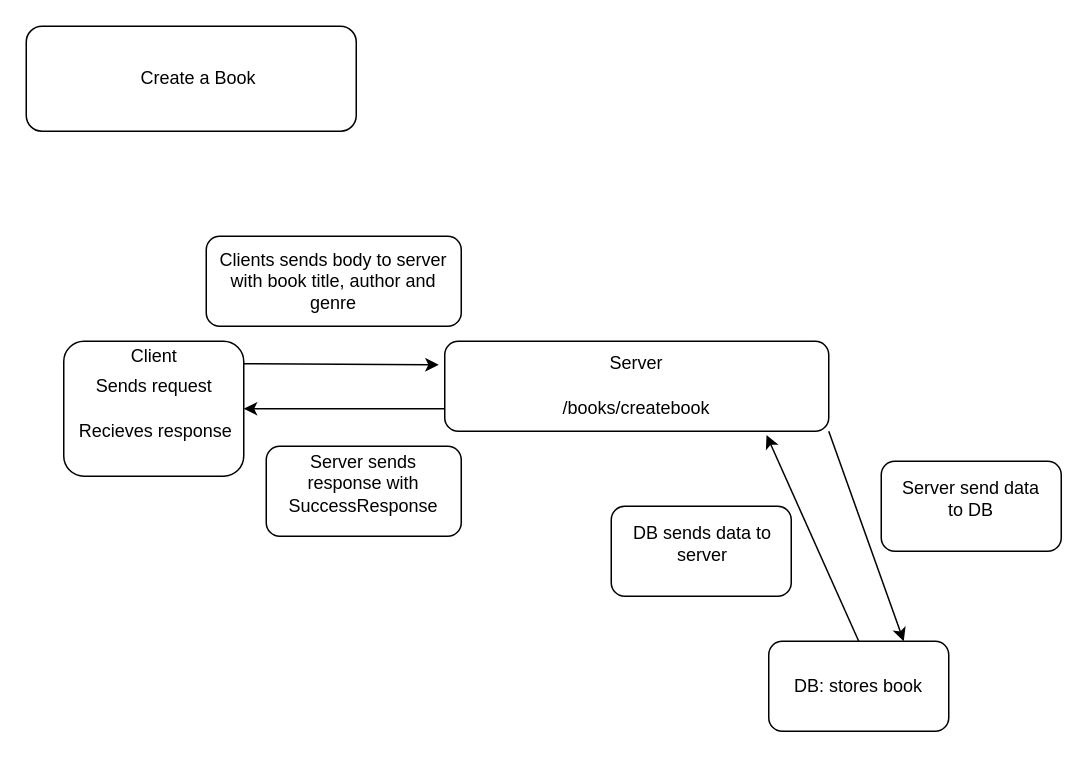
Before: page "create" (1 of 4) of crudbookdesign/diagrams.drawio in mz106/week-7-repo-beta, a draw.io diagram. Source tidied: cells renumbered, new cells numbered last; positions are measured from the earlier drawing's top-left corner, leaving out a move shared by most shapes. Both pictures are drawn from the tidied source at 150%, with x=0, y=0 at pixel (26, 26).
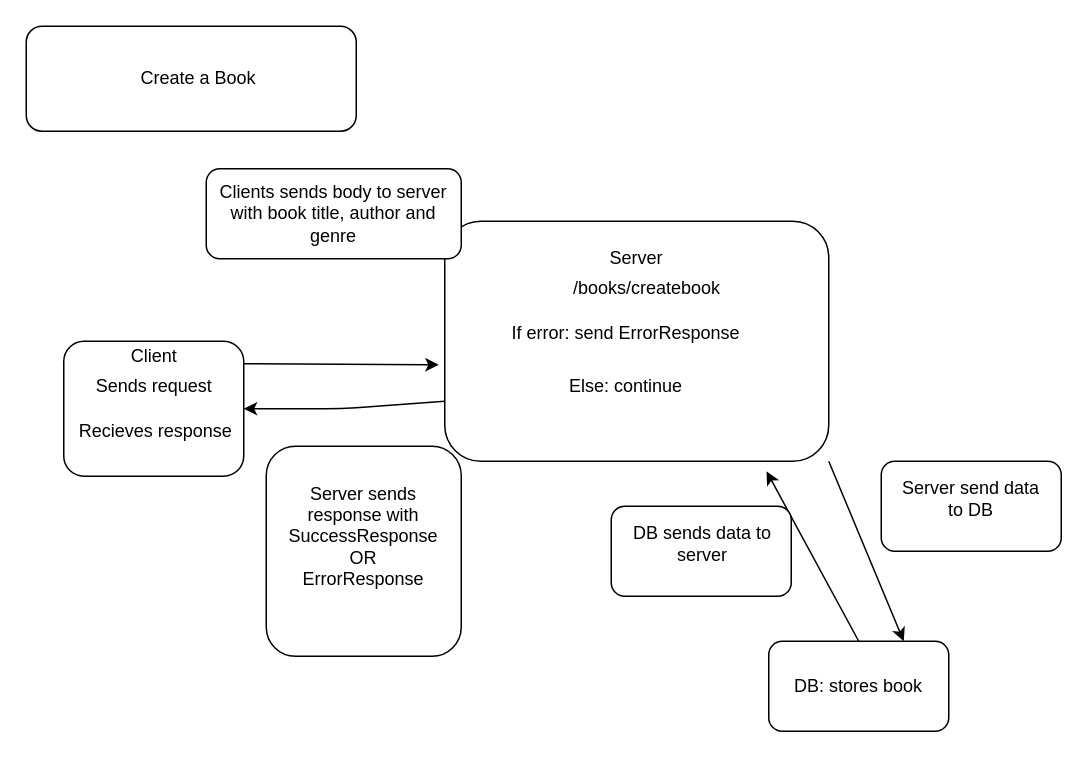
Above is the later version.

Diff of the diagram source:
```diff
@@
     <mxCell id="7" style="edgeStyle=none;html=1;exitX=0;exitY=0.75;exitDx=0;exitDy=0;entryX=1;entryY=0.75;entryDx=0;entryDy=0;" parent="1" edge="1" source="9">
       <mxGeometry relative="1" as="geometry">
         <mxPoint x="145" y="255" as="targetPoint" />
+        <Array as="points">
+          <mxPoint x="210" y="255" />
+        </Array>
       </mxGeometry>
     </mxCell>
@@
     <mxCell id="9" style="rounded=1;whiteSpace=wrap;html=1;" parent="1" vertex="1">
-      <mxGeometry x="279" y="210" width="256" height="60" as="geometry" />
+      <mxGeometry x="279" y="130" width="256" height="160" as="geometry" />
     </mxCell>
     <mxCell id="10" value="/books/createbook" style="text;html=1;strokeColor=none;fillColor=none;align=center;verticalAlign=middle;whiteSpace=wrap;rounded=0;" parent="1" vertex="1">
-      <mxGeometry x="377" y="240" width="60" height="30" as="geometry" />
+      <mxGeometry x="384" y="160" width="60" height="30" as="geometry" />
     </mxCell>
@@
     <mxCell id="15" value="Server" style="text;html=1;strokeColor=none;fillColor=none;align=center;verticalAlign=middle;whiteSpace=wrap;rounded=0;" parent="1" vertex="1">
-      <mxGeometry x="377" y="210" width="60" height="30" as="geometry" />
+      <mxGeometry x="377" y="140" width="60" height="30" as="geometry" />
     </mxCell>
     <mxCell id="16" style="rounded=1;whiteSpace=wrap;html=1;" parent="1" vertex="1">
-      <mxGeometry x="120" y="140" width="170" height="60" as="geometry" />
+      <mxGeometry x="120" y="95" width="170" height="60" as="geometry" />
     </mxCell>
     <mxCell id="17" value="Clients sends body to server with book title, author and genre" style="text;html=1;strokeColor=none;fillColor=none;align=center;verticalAlign=middle;whiteSpace=wrap;rounded=0;" parent="1" vertex="1">
-      <mxGeometry x="125" y="155" width="160" height="30" as="geometry" />
+      <mxGeometry x="125" y="110" width="160" height="30" as="geometry" />
     </mxCell>
     <mxCell id="18" style="rounded=1;whiteSpace=wrap;html=1;" parent="1" vertex="1">
-      <mxGeometry x="160" y="280" width="130" height="60" as="geometry" />
+      <mxGeometry x="160" y="280" width="130" height="140" as="geometry" />
     </mxCell>
-    <mxCell id="19" value="Server sends response with SuccessResponse" style="text;html=1;strokeColor=none;fillColor=none;align=center;verticalAlign=middle;whiteSpace=wrap;rounded=0;" parent="1" vertex="1">
-      <mxGeometry x="180" y="290" width="90" height="30" as="geometry" />
+    <mxCell id="19" value="Server sends response with SuccessResponse&lt;br&gt;OR&lt;br&gt;ErrorResponse" style="text;html=1;strokeColor=none;fillColor=none;align=center;verticalAlign=middle;whiteSpace=wrap;rounded=0;" parent="1" vertex="1">
+      <mxGeometry x="180" y="290" width="90" height="100" as="geometry" />
     </mxCell>
@@
+    <mxCell id="25" value="If error: send ErrorResponse" style="text;html=1;strokeColor=none;fillColor=none;align=center;verticalAlign=middle;whiteSpace=wrap;rounded=0;" parent="1" vertex="1">
+      <mxGeometry x="290" y="190" width="220" height="30" as="geometry" />
+    </mxCell>
+    <mxCell id="26" value="Else: continue" style="text;html=1;strokeColor=none;fillColor=none;align=center;verticalAlign=middle;whiteSpace=wrap;rounded=0;" parent="1" vertex="1">
+      <mxGeometry x="300" y="225" width="200" height="30" as="geometry" />
+    </mxCell>
```
